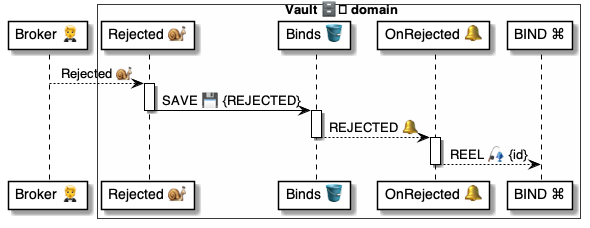
Earlier version of the PlantUML export 4 ⚙️ Solution/41 🎭 Domain Roles/Vaults 🗄️/🗄️🪣 Vault tables/Binds 🔗 table/🪣🔔 2 Rejected/🗄️ OnBindRejected ⚙️ uml.png (pollyweb-org/pollyweb-docs). Its source is kept beside it as 4 ⚙️ Solution/41 🎭 Domain Roles/Vaults 🗄️/🗄️🪣 Vault tables/Binds 🔗 table/🪣🔔 2 Rejected/🗄️ OnBindRejected ⚙️ uml.puml.
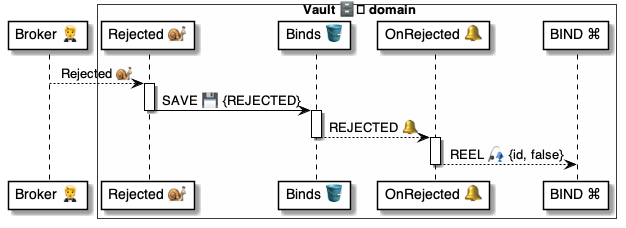
After the commit.

Change to the diagram source:
```diff
@@ -21,7 +21,7 @@
 deactivate binds
 
 activate trigger
-    trigger --> bind: REEL 🎣 {id}
+    trigger --> bind: REEL 🎣 {id, false}
 deactivate trigger
 
 
```
